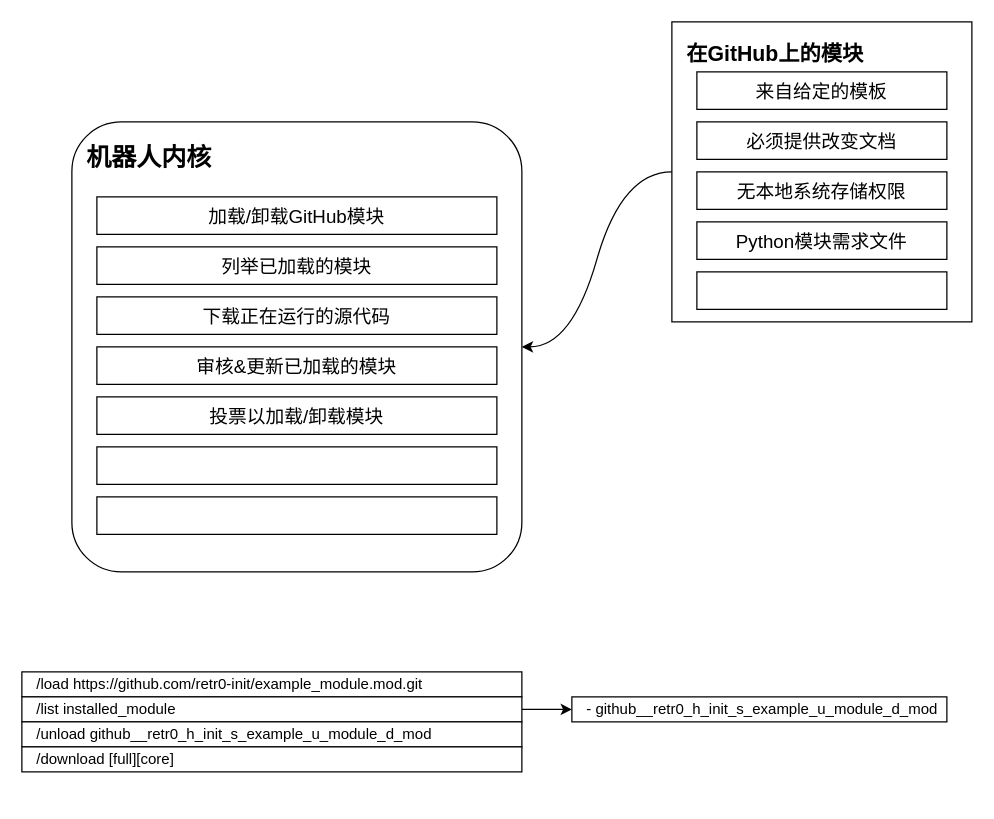
Earlier version of the draw.io diagram discord-bot-framework.drawio (retr0-init/discord-bot-framework-doc). Source tidied: cells renumbered, new cells numbered last; positions are measured from the earlier drawing's top-left corner, leaving out a move shared by most shapes. Both pictures are drawn from the tidied source at 125%, with x=0, y=0 at pixel (21, 21).
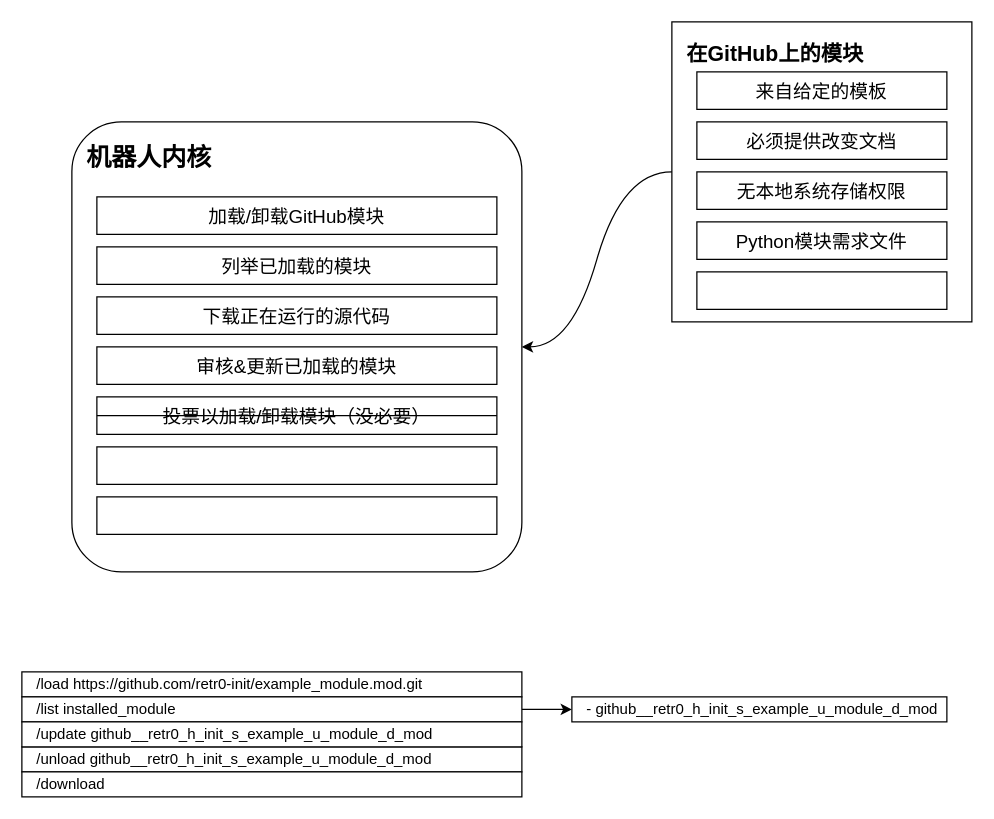
After the change.

The edit, as a diff of the source:
```diff
@@
-    <mxCell id="8" value="投票以加载/卸载模块" style="rounded=0;whiteSpace=wrap;html=1;fontSize=15;" parent="1" vertex="1">
+    <mxCell id="8" value="投票以加载/卸载模块（没必要）" style="rounded=0;whiteSpace=wrap;html=1;fontSize=15;" parent="1" vertex="1">
       <mxGeometry x="60" y="300" width="320" height="30" as="geometry" />
     </mxCell>
@@
     <mxCell id="20" value="/unload github__retr0_h_init_s_example_u_module_d_mod" style="rounded=0;whiteSpace=wrap;html=1;align=left;spacingLeft=10;" parent="1" vertex="1">
-      <mxGeometry y="560" width="400" height="20" as="geometry" />
+      <mxGeometry y="580" width="400" height="20" as="geometry" />
     </mxCell>
-    <mxCell id="21" value="/download [full][core]" style="rounded=0;whiteSpace=wrap;html=1;align=left;spacingLeft=10;" parent="1" vertex="1">
-      <mxGeometry y="580" width="400" height="20" as="geometry" />
+    <mxCell id="21" value="/download" style="rounded=0;whiteSpace=wrap;html=1;align=left;spacingLeft=10;" parent="1" vertex="1">
+      <mxGeometry y="600" width="400" height="20" as="geometry" />
     </mxCell>
@@
+    <mxCell id="23" style="endArrow=none;html=1;rounded=0;exitX=0;exitY=0.5;exitDx=0;exitDy=0;entryX=1;entryY=0.5;entryDx=0;entryDy=0;" parent="1" edge="1" source="8" target="8">
+      <mxGeometry relative="1" as="geometry" />
+    </mxCell>
+    <mxCell id="24" value="/update github__retr0_h_init_s_example_u_module_d_mod" style="rounded=0;whiteSpace=wrap;html=1;align=left;spacingLeft=10;" parent="1" vertex="1">
+      <mxGeometry y="560" width="400" height="20" as="geometry" />
+    </mxCell>
```
